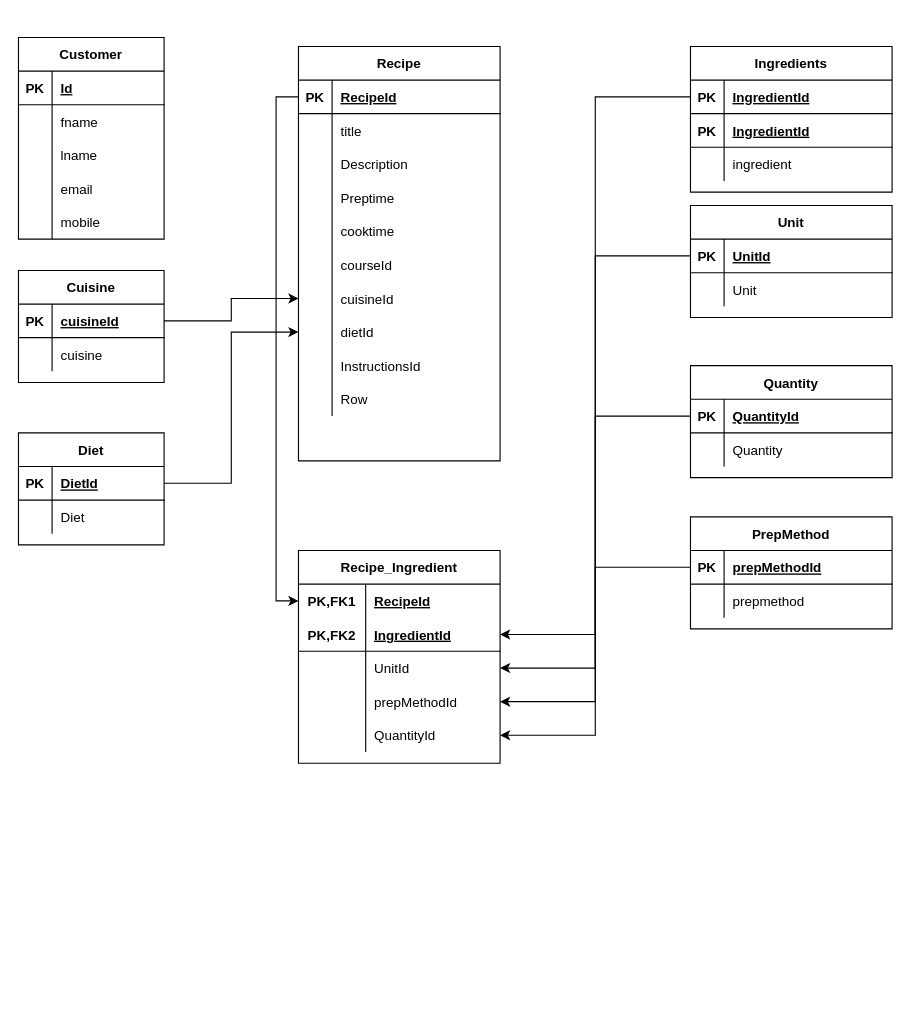
Before: FindRecipe.drawio in kraj404/techtalk, a draw.io diagram. Source tidied: cells renumbered, new cells numbered last; positions are measured from the earlier drawing's top-left corner, leaving out a move shared by most shapes. Both pictures are drawn from the tidied source at 112%, with x=0, y=0 at pixel (18, 37).
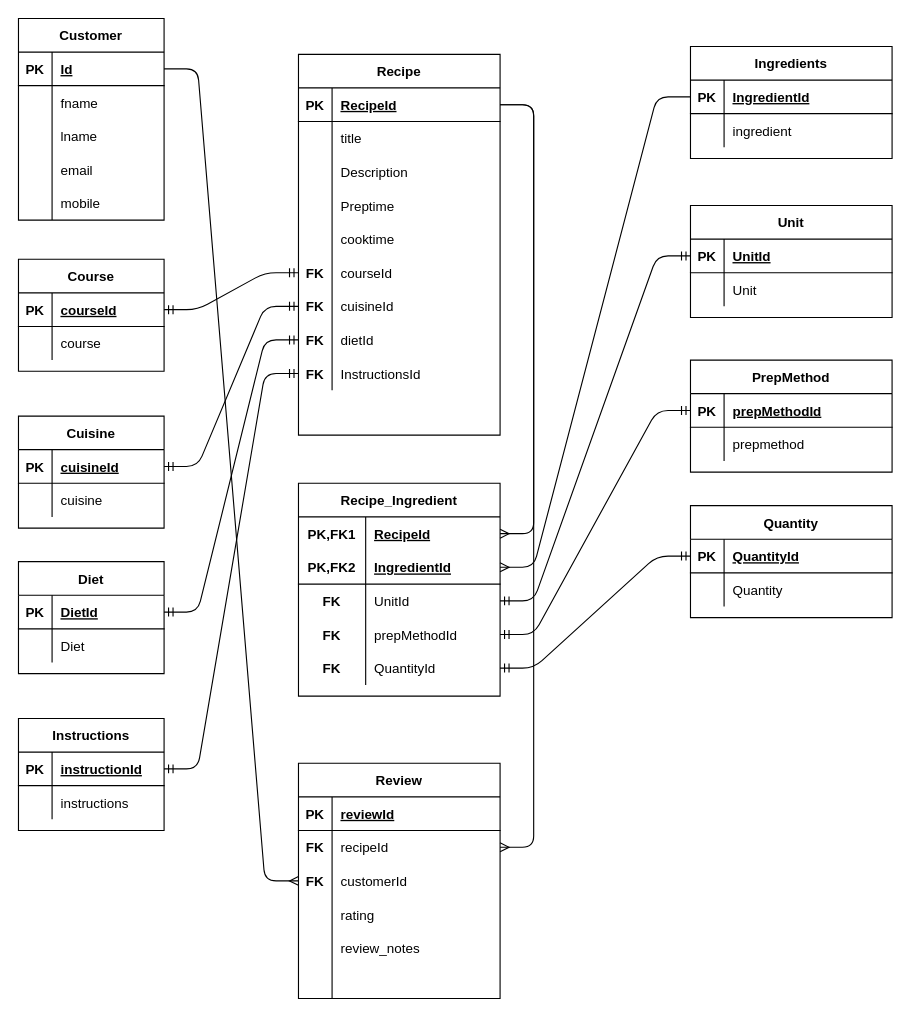
The same diagram, later.

Unchanged cells that the change refers to:
```xml
<mxCell id="3" style="shape=partialRectangle;fillColor=none;top=0;left=0;bottom=1;right=0;points=[[0,0.5],[1,0.5]];portConstraint=eastwest;" parent="2" vertex="1">
  <mxGeometry y="30" width="130" height="30" as="geometry" />
</mxCell>
<mxCell id="19" style="shape=partialRectangle;fillColor=none;top=0;left=0;bottom=1;right=0;points=[[0,0.5],[1,0.5]];portConstraint=eastwest;" parent="18" vertex="1">
  <mxGeometry y="30" width="180" height="30" as="geometry" />
</mxCell>
<mxCell id="29" style="shape=partialRectangle;fillColor=none;top=0;left=0;bottom=1;right=0;points=[[0,0.5],[1,0.5]];portConstraint=eastwest;" parent="28" vertex="1">
  <mxGeometry y="30" width="180" height="30" as="geometry" />
</mxCell>
<mxCell id="44" style="shape=partialRectangle;fillColor=none;top=0;left=0;bottom=0;right=0;points=[[0,0.5],[1,0.5]];portConstraint=eastwest;" parent="28" vertex="1">
  <mxGeometry y="180" width="180" height="30" as="geometry" />
</mxCell>
<mxCell id="47" style="shape=partialRectangle;fillColor=none;top=0;left=0;bottom=0;right=0;points=[[0,0.5],[1,0.5]];portConstraint=eastwest;" parent="28" vertex="1">
  <mxGeometry y="210" width="180" height="30" as="geometry" />
</mxCell>
<mxCell id="50" style="shape=partialRectangle;fillColor=none;top=0;left=0;bottom=0;right=0;points=[[0,0.5],[1,0.5]];portConstraint=eastwest;" parent="28" vertex="1">
  <mxGeometry y="240" width="180" height="30" as="geometry" />
</mxCell>
<mxCell id="53" style="shape=partialRectangle;fillColor=none;top=0;left=0;bottom=0;right=0;points=[[0,0.5],[1,0.5]];portConstraint=eastwest;" parent="28" vertex="1">
  <mxGeometry y="270" width="180" height="30" as="geometry" />
</mxCell>
<mxCell id="60" style="shape=partialRectangle;fillColor=none;top=0;left=0;bottom=1;right=0;points=[[0,0.5],[1,0.5]];portConstraint=eastwest;" parent="59" vertex="1">
  <mxGeometry y="30" width="180" height="30" as="geometry" />
</mxCell>
<mxCell id="67" style="shape=partialRectangle;fillColor=none;top=0;left=0;bottom=1;right=0;points=[[0,0.5],[1,0.5]];portConstraint=eastwest;" parent="66" vertex="1">
  <mxGeometry y="30" width="180" height="30" as="geometry" />
</mxCell>
<mxCell id="74" style="shape=partialRectangle;fillColor=none;top=0;left=0;bottom=0;right=0;points=[[0,0.5],[1,0.5]];portConstraint=eastwest;" parent="73" vertex="1">
  <mxGeometry y="30" width="180" height="30" as="geometry" />
</mxCell>
<mxCell id="77" style="shape=partialRectangle;fillColor=none;top=0;left=0;bottom=1;right=0;points=[[0,0.5],[1,0.5]];portConstraint=eastwest;" parent="73" vertex="1">
  <mxGeometry y="60" width="180" height="30" as="geometry" />
</mxCell>
<mxCell id="80" style="shape=partialRectangle;fillColor=none;top=0;left=0;bottom=0;right=0;points=[[0,0.5],[1,0.5]];portConstraint=eastwest;" parent="73" vertex="1">
  <mxGeometry y="90" width="180" height="30" as="geometry" />
</mxCell>
<mxCell id="83" style="shape=partialRectangle;fillColor=none;top=0;left=0;bottom=0;right=0;points=[[0,0.5],[1,0.5]];portConstraint=eastwest;" parent="73" vertex="1">
  <mxGeometry y="120" width="180" height="30" as="geometry" />
</mxCell>
<mxCell id="86" style="shape=partialRectangle;fillColor=none;top=0;left=0;bottom=0;right=0;points=[[0,0.5],[1,0.5]];portConstraint=eastwest;" parent="73" vertex="1">
  <mxGeometry y="150" width="180" height="30" as="geometry" />
</mxCell>
<mxCell id="94" style="shape=partialRectangle;fillColor=none;top=0;left=0;bottom=1;right=0;points=[[0,0.5],[1,0.5]];portConstraint=eastwest;" parent="93" vertex="1">
  <mxGeometry y="30" width="180" height="30" as="geometry" />
</mxCell>
<mxCell id="102" style="shape=partialRectangle;fillColor=none;top=0;left=0;bottom=1;right=0;points=[[0,0.5],[1,0.5]];portConstraint=eastwest;" parent="101" vertex="1">
  <mxGeometry y="30" width="130" height="30" as="geometry" />
</mxCell>
<mxCell id="105" style="shape=partialRectangle;fillColor=none;top=0;left=0;bottom=0;right=0;" parent="101" vertex="1">
  <mxGeometry y="60" width="130" height="30" as="geometry" />
</mxCell>
<mxCell id="110" style="shape=partialRectangle;fillColor=none;top=0;left=0;bottom=1;right=0;points=[[0,0.5],[1,0.5]];portConstraint=eastwest;" parent="109" vertex="1">
  <mxGeometry y="30" width="130" height="30" as="geometry" />
</mxCell>
```

What changed in the source:
```diff
@@
     <mxCell id="2" value="Customer" style="shape=table;startSize=30;childLayout=tableLayout;rowLines=0;fontStyle=1;align=center;" parent="1" vertex="1">
-      <mxGeometry width="130" height="180" as="geometry" />
+      <mxGeometry y="-17" width="130" height="180" as="geometry" />
     </mxCell>
@@
     <mxCell id="18" value="Ingredients" style="shape=table;startSize=30;childLayout=tableLayout;rowLines=0;fontStyle=1;align=center;" parent="1" vertex="1">
-      <mxGeometry x="600" y="8" width="180" height="130" as="geometry" />
+      <mxGeometry x="600" y="8" width="180" height="100" as="geometry" />
     </mxCell>
@@
-    <mxCell id="22" style="shape=partialRectangle;fillColor=none;top=0;left=0;bottom=1;right=0;" parent="18" vertex="1">
-      <mxGeometry y="60" width="180" height="30" as="geometry" />
-    </mxCell>
-    <mxCell id="23" value="PK" style="shape=partialRectangle;fillColor=none;top=0;left=0;bottom=0;right=0;fontStyle=1;overflow=hidden;" parent="22" vertex="1">
-      <mxGeometry width="30" height="30" as="geometry" />
-    </mxCell>
-    <mxCell id="24" value="IngredientId" style="shape=partialRectangle;fillColor=none;top=0;left=0;bottom=0;right=0;align=left;spacingLeft=6;fontStyle=5;overflow=hidden;" parent="22" vertex="1">
-      <mxGeometry x="30" width="150" height="30" as="geometry" />
-    </mxCell>
     <mxCell id="25" style="shape=partialRectangle;fillColor=none;top=0;left=0;bottom=0;right=0;" parent="18" vertex="1">
-      <mxGeometry y="90" width="180" height="30" as="geometry" />
+      <mxGeometry y="60" width="180" height="30" as="geometry" />
     </mxCell>
@@
     <mxCell id="28" value="Recipe" style="shape=table;startSize=30;childLayout=tableLayout;rowLines=0;fontStyle=1;align=center;" parent="1" vertex="1">
-      <mxGeometry x="250" y="8" width="180" height="370" as="geometry" />
+      <mxGeometry x="250" y="15" width="180" height="340" as="geometry" />
     </mxCell>
@@
-    <mxCell id="45" style="shape=partialRectangle;fillColor=none;top=0;left=0;bottom=0;right=0;overflow=hidden;" parent="44" vertex="1">
+    <mxCell id="45" value="FK" style="shape=partialRectangle;fillColor=none;top=0;left=0;bottom=0;right=0;overflow=hidden;fontStyle=1;" parent="44" vertex="1">
       <mxGeometry width="30" height="30" as="geometry" />
     </mxCell>
@@
-    <mxCell id="48" style="shape=partialRectangle;fillColor=none;top=0;left=0;bottom=0;right=0;overflow=hidden;" parent="47" vertex="1">
+    <mxCell id="48" value="FK" style="shape=partialRectangle;fillColor=none;top=0;left=0;bottom=0;right=0;overflow=hidden;fontStyle=1;" parent="47" vertex="1">
       <mxGeometry width="30" height="30" as="geometry" />
     </mxCell>
@@
-    <mxCell id="51" style="shape=partialRectangle;fillColor=none;top=0;left=0;bottom=0;right=0;overflow=hidden;" parent="50" vertex="1">
+    <mxCell id="51" value="FK" style="shape=partialRectangle;fillColor=none;top=0;left=0;bottom=0;right=0;overflow=hidden;fontStyle=1;" parent="50" vertex="1">
       <mxGeometry width="30" height="30" as="geometry" />
     </mxCell>
@@
-    <mxCell id="54" style="shape=partialRectangle;fillColor=none;top=0;left=0;bottom=0;right=0;overflow=hidden;" parent="53" vertex="1">
+    <mxCell id="54" value="FK" style="shape=partialRectangle;fillColor=none;top=0;left=0;bottom=0;right=0;overflow=hidden;fontStyle=1;" parent="53" vertex="1">
       <mxGeometry width="30" height="30" as="geometry" />
     </mxCell>
@@
-    <mxCell id="56" style="shape=partialRectangle;fillColor=none;top=0;left=0;bottom=0;right=0;" parent="28" vertex="1">
-      <mxGeometry y="300" width="180" height="30" as="geometry" />
-    </mxCell>
-    <mxCell id="57" style="shape=partialRectangle;fillColor=none;top=0;left=0;bottom=0;right=0;overflow=hidden;" parent="56" vertex="1">
-      <mxGeometry width="30" height="30" as="geometry" />
-    </mxCell>
-    <mxCell id="58" value="Row" style="shape=partialRectangle;fillColor=none;top=0;left=0;bottom=0;right=0;align=left;spacingLeft=6;overflow=hidden;" parent="56" vertex="1">
-      <mxGeometry x="30" width="150" height="30" as="geometry" />
-    </mxCell>
@@
     <mxCell id="66" value="Quantity" style="shape=table;startSize=30;childLayout=tableLayout;rowLines=0;fontStyle=1;align=center;" parent="1" vertex="1">
-      <mxGeometry x="600" y="293" width="180" height="100" as="geometry" />
+      <mxGeometry x="600" y="418" width="180" height="100" as="geometry" />
     </mxCell>
@@
     <mxCell id="73" value="Recipe_Ingredient" style="shape=table;startSize=30;childLayout=tableLayout;rowLines=0;fontStyle=1;align=center;" parent="1" vertex="1">
-      <mxGeometry x="250" y="458" width="180" height="190" as="geometry" />
+      <mxGeometry x="250" y="398" width="180" height="190" as="geometry" />
     </mxCell>
@@
-    <mxCell id="81" style="shape=partialRectangle;fillColor=none;top=0;left=0;bottom=0;right=0;overflow=hidden;" parent="80" vertex="1">
+    <mxCell id="81" value="FK" style="shape=partialRectangle;fillColor=none;top=0;left=0;bottom=0;right=0;overflow=hidden;fontStyle=1;" parent="80" vertex="1">
       <mxGeometry width="60" height="30" as="geometry" />
     </mxCell>
@@
-    <mxCell id="84" style="shape=partialRectangle;fillColor=none;top=0;left=0;bottom=0;right=0;overflow=hidden;" parent="83" vertex="1">
+    <mxCell id="84" value="FK" style="shape=partialRectangle;fillColor=none;top=0;left=0;bottom=0;right=0;overflow=hidden;fontStyle=1;" parent="83" vertex="1">
       <mxGeometry width="60" height="30" as="geometry" />
     </mxCell>
@@
-    <mxCell id="87" style="shape=partialRectangle;fillColor=none;top=0;left=0;bottom=0;right=0;overflow=hidden;" parent="86" vertex="1">
+    <mxCell id="87" value="FK" style="shape=partialRectangle;fillColor=none;top=0;left=0;bottom=0;right=0;overflow=hidden;fontStyle=1;" parent="86" vertex="1">
       <mxGeometry width="60" height="30" as="geometry" />
     </mxCell>
@@
-    <mxCell id="89" style="edgeStyle=orthogonalEdgeStyle;rounded=0;jettySize=auto;html=1;" parent="1" edge="1" source="19" target="77">
-      <mxGeometry relative="1" as="geometry" />
-    </mxCell>
-    <mxCell id="90" style="edgeStyle=orthogonalEdgeStyle;rounded=0;jettySize=auto;html=1;" parent="1" edge="1" source="29" target="74">
-      <mxGeometry relative="1" as="geometry">
-        <Array as="points">
-          <mxPoint x="230" y="53" />
-          <mxPoint x="230" y="503" />
-        </Array>
-      </mxGeometry>
-    </mxCell>
-    <mxCell id="91" style="edgeStyle=orthogonalEdgeStyle;rounded=0;jettySize=auto;html=1;entryX=1;entryY=0.5;entryDx=0;entryDy=0;" parent="1" edge="1" source="60" target="80">
-      <mxGeometry relative="1" as="geometry" />
-    </mxCell>
-    <mxCell id="92" style="edgeStyle=orthogonalEdgeStyle;rounded=0;jettySize=auto;html=1;entryX=1;entryY=0.5;entryDx=0;entryDy=0;" parent="1" edge="1" source="67" target="86">
-      <mxGeometry relative="1" as="geometry" />
-    </mxCell>
     <mxCell id="93" value="PrepMethod" style="shape=table;startSize=30;childLayout=tableLayout;rowLines=0;fontStyle=1;align=center;" parent="1" vertex="1">
-      <mxGeometry x="600" y="428" width="180" height="100" as="geometry" />
+      <mxGeometry x="600" y="288" width="180" height="100" as="geometry" />
     </mxCell>
@@
-    <mxCell id="100" style="edgeStyle=orthogonalEdgeStyle;rounded=0;jettySize=auto;html=1;entryX=1;entryY=0.5;entryDx=0;entryDy=0;" parent="1" edge="1" source="94" target="83">
-      <mxGeometry relative="1" as="geometry" />
-    </mxCell>
-    <mxCell id="101" value="Cuisine" style="shape=table;startSize=30;childLayout=tableLayout;rowLines=0;fontStyle=1;align=center;" parent="1" vertex="1">
-      <mxGeometry y="208" width="130" height="100" as="geometry" />
+    <mxCell id="101" value="Course" style="shape=table;startSize=30;childLayout=tableLayout;rowLines=0;fontStyle=1;align=center;" parent="1" vertex="1">
+      <mxGeometry y="198" width="130" height="100" as="geometry" />
     </mxCell>
@@
-    <mxCell id="104" value="cuisineId" style="shape=partialRectangle;fillColor=none;top=0;left=0;bottom=0;right=0;align=left;spacingLeft=6;fontStyle=5;overflow=hidden;" parent="102" vertex="1">
+    <mxCell id="104" value="courseId" style="shape=partialRectangle;fillColor=none;top=0;left=0;bottom=0;right=0;align=left;spacingLeft=6;fontStyle=5;overflow=hidden;" parent="102" vertex="1">
       <mxGeometry x="30" width="100" height="30" as="geometry" />
     </mxCell>
@@
-    <mxCell id="107" value="cuisine" style="shape=partialRectangle;fillColor=none;top=0;left=0;bottom=0;right=0;align=left;spacingLeft=6;overflow=hidden;" parent="105" vertex="1">
+    <mxCell id="107" value="course" style="shape=partialRectangle;fillColor=none;top=0;left=0;bottom=0;right=0;align=left;spacingLeft=6;overflow=hidden;" parent="105" vertex="1">
       <mxGeometry x="30" width="100" height="30" as="geometry" />
     </mxCell>
-    <mxCell id="108" style="edgeStyle=orthogonalEdgeStyle;rounded=0;jettySize=auto;html=1;" parent="1" edge="1" source="102" target="47">
-      <mxGeometry relative="1" as="geometry" />
-    </mxCell>
     <mxCell id="109" value="Diet" style="shape=table;startSize=30;childLayout=tableLayout;rowLines=0;fontStyle=1;align=center;" parent="1" vertex="1">
-      <mxGeometry y="353" width="130" height="100" as="geometry" />
+      <mxGeometry y="468" width="130" height="100" as="geometry" />
     </mxCell>
@@
+    <mxCell id="117" value="Cuisine" style="shape=table;startSize=30;childLayout=tableLayout;rowLines=0;fontStyle=1;align=center;" parent="1" vertex="1">
+      <mxGeometry y="338" width="130" height="100" as="geometry" />
+    </mxCell>
+    <mxCell id="118" style="shape=partialRectangle;fillColor=none;top=0;left=0;bottom=1;right=0;points=[[0,0.5],[1,0.5]];portConstraint=eastwest;" parent="117" vertex="1">
+      <mxGeometry y="30" width="130" height="30" as="geometry" />
+    </mxCell>
+    <mxCell id="119" value="PK" style="shape=partialRectangle;fillColor=none;top=0;left=0;bottom=0;right=0;fontStyle=1;overflow=hidden;" parent="118" vertex="1">
+      <mxGeometry width="30" height="30" as="geometry" />
+    </mxCell>
+    <mxCell id="120" value="cuisineId" style="shape=partialRectangle;fillColor=none;top=0;left=0;bottom=0;right=0;align=left;spacingLeft=6;fontStyle=5;overflow=hidden;" parent="118" vertex="1">
+      <mxGeometry x="30" width="100" height="30" as="geometry" />
+    </mxCell>
+    <mxCell id="121" style="shape=partialRectangle;fillColor=none;top=0;left=0;bottom=0;right=0;" parent="117" vertex="1">
+      <mxGeometry y="60" width="130" height="30" as="geometry" />
+    </mxCell>
+    <mxCell id="122" style="shape=partialRectangle;fillColor=none;top=0;left=0;bottom=0;right=0;overflow=hidden;" parent="121" vertex="1">
+      <mxGeometry width="30" height="30" as="geometry" />
+    </mxCell>
+    <mxCell id="123" value="cuisine" style="shape=partialRectangle;fillColor=none;top=0;left=0;bottom=0;right=0;align=left;spacingLeft=6;overflow=hidden;" parent="121" vertex="1">
+      <mxGeometry x="30" width="100" height="30" as="geometry" />
+    </mxCell>
+    <mxCell id="124" value="Instructions" style="shape=table;startSize=30;childLayout=tableLayout;rowLines=0;fontStyle=1;align=center;" parent="1" vertex="1">
+      <mxGeometry y="608" width="130" height="100" as="geometry" />
+    </mxCell>
+    <mxCell id="125" style="shape=partialRectangle;fillColor=none;top=0;left=0;bottom=1;right=0;points=[[0,0.5],[1,0.5]];portConstraint=eastwest;" parent="124" vertex="1">
+      <mxGeometry y="30" width="130" height="30" as="geometry" />
+    </mxCell>
+    <mxCell id="126" value="PK" style="shape=partialRectangle;fillColor=none;top=0;left=0;bottom=0;right=0;fontStyle=1;overflow=hidden;" parent="125" vertex="1">
+      <mxGeometry width="30" height="30" as="geometry" />
+    </mxCell>
+    <mxCell id="127" value="instructionId" style="shape=partialRectangle;fillColor=none;top=0;left=0;bottom=0;right=0;align=left;spacingLeft=6;fontStyle=5;overflow=hidden;" parent="125" vertex="1">
+      <mxGeometry x="30" width="100" height="30" as="geometry" />
+    </mxCell>
+    <mxCell id="128" style="shape=partialRectangle;fillColor=none;top=0;left=0;bottom=0;right=0;" parent="124" vertex="1">
+      <mxGeometry y="60" width="130" height="30" as="geometry" />
+    </mxCell>
+    <mxCell id="129" style="shape=partialRectangle;fillColor=none;top=0;left=0;bottom=0;right=0;overflow=hidden;" parent="128" vertex="1">
+      <mxGeometry width="30" height="30" as="geometry" />
+    </mxCell>
+    <mxCell id="130" value="instructions" style="shape=partialRectangle;fillColor=none;top=0;left=0;bottom=0;right=0;align=left;spacingLeft=6;overflow=hidden;" parent="128" vertex="1">
+      <mxGeometry x="30" width="100" height="30" as="geometry" />
+    </mxCell>
-    <mxCell id="116" style="edgeStyle=orthogonalEdgeStyle;rounded=0;jettySize=auto;html=1;" parent="1" edge="1" source="110" target="50">
+    <mxCell id="116" style="edgeStyle=entityRelationEdgeStyle;fontSize=12;html=1;endArrow=ERmandOne;startArrow=ERmandOne;" parent="1" edge="1" source="110" target="50">
       <mxGeometry relative="1" as="geometry" />
     </mxCell>
+    <mxCell id="131" style="edgeStyle=entityRelationEdgeStyle;fontSize=12;html=1;endArrow=ERmandOne;startArrow=ERmandOne;exitX=1;exitY=0.5;exitDx=0;exitDy=0;" parent="1" edge="1" source="102" target="44">
+      <mxGeometry relative="1" as="geometry" />
+    </mxCell>
+    <mxCell id="132" style="edgeStyle=entityRelationEdgeStyle;fontSize=12;html=1;endArrow=ERmandOne;startArrow=ERmandOne;" parent="1" edge="1" source="118" target="47">
+      <mxGeometry relative="1" as="geometry" />
+    </mxCell>
+    <mxCell id="133" style="edgeStyle=entityRelationEdgeStyle;fontSize=12;html=1;endArrow=ERmandOne;startArrow=ERmandOne;" parent="1" edge="1" source="125" target="53">
+      <mxGeometry relative="1" as="geometry" />
+    </mxCell>
+    <mxCell id="90" style="edgeStyle=entityRelationEdgeStyle;fontSize=12;html=1;endArrow=ERmany;" parent="1" edge="1" source="29" target="74">
+      <mxGeometry relative="1" as="geometry" />
+    </mxCell>
+    <mxCell id="89" style="edgeStyle=entityRelationEdgeStyle;fontSize=12;html=1;endArrow=ERmany;exitX=0;exitY=0.5;exitDx=0;exitDy=0;" parent="1" edge="1" source="19" target="77">
+      <mxGeometry relative="1" as="geometry" />
+    </mxCell>
+    <mxCell id="134" style="edgeStyle=entityRelationEdgeStyle;fontSize=12;html=1;endArrow=ERmandOne;startArrow=ERmandOne;" parent="1" edge="1" source="80" target="60">
+      <mxGeometry relative="1" as="geometry" />
+    </mxCell>
+    <mxCell id="135" style="edgeStyle=entityRelationEdgeStyle;fontSize=12;html=1;endArrow=ERmandOne;startArrow=ERmandOne;" parent="1" edge="1" source="86" target="67">
+      <mxGeometry relative="1" as="geometry" />
+    </mxCell>
+    <mxCell id="136" style="edgeStyle=entityRelationEdgeStyle;fontSize=12;html=1;endArrow=ERmandOne;startArrow=ERmandOne;entryX=0;entryY=0.5;entryDx=0;entryDy=0;" parent="1" edge="1" source="83" target="94">
+      <mxGeometry relative="1" as="geometry" />
+    </mxCell>
+    <mxCell id="137" value="Review" style="shape=table;startSize=30;childLayout=tableLayout;rowLines=0;fontStyle=1;align=center;" parent="1" vertex="1">
+      <mxGeometry x="250" y="648" width="180" height="210" as="geometry" />
+    </mxCell>
+    <mxCell id="138" style="shape=partialRectangle;fillColor=none;top=0;left=0;bottom=1;right=0;" parent="137" vertex="1">
+      <mxGeometry y="30" width="180" height="30" as="geometry" />
+    </mxCell>
+    <mxCell id="139" value="PK" style="shape=partialRectangle;fillColor=none;top=0;left=0;bottom=0;right=0;fontStyle=1;overflow=hidden;" parent="138" vertex="1">
+      <mxGeometry width="30" height="30" as="geometry" />
+    </mxCell>
+    <mxCell id="140" value="reviewId" style="shape=partialRectangle;fillColor=none;top=0;left=0;bottom=0;right=0;align=left;spacingLeft=6;fontStyle=5;overflow=hidden;" parent="138" vertex="1">
+      <mxGeometry x="30" width="150" height="30" as="geometry" />
+    </mxCell>
+    <mxCell id="141" style="shape=partialRectangle;fillColor=none;top=0;left=0;bottom=0;right=0;points=[[0,0.5],[1,0.5]];portConstraint=eastwest;" parent="137" vertex="1">
+      <mxGeometry y="60" width="180" height="30" as="geometry" />
+    </mxCell>
+    <mxCell id="142" value="FK" style="shape=partialRectangle;fillColor=none;top=0;left=0;bottom=0;right=0;fontStyle=1;overflow=hidden;" parent="141" vertex="1">
+      <mxGeometry width="30" height="30" as="geometry" />
+    </mxCell>
+    <mxCell id="143" value="recipeId" style="shape=partialRectangle;fillColor=none;top=0;left=0;bottom=0;right=0;align=left;spacingLeft=6;fontStyle=0;overflow=hidden;" parent="141" vertex="1">
+      <mxGeometry x="30" width="150" height="30" as="geometry" />
+    </mxCell>
+    <mxCell id="144" style="shape=partialRectangle;fillColor=none;top=0;left=0;bottom=0;right=0;points=[[0,0.5],[1,0.5]];portConstraint=eastwest;" parent="137" vertex="1">
+      <mxGeometry y="90" width="180" height="30" as="geometry" />
+    </mxCell>
+    <mxCell id="145" value="FK" style="shape=partialRectangle;fillColor=none;top=0;left=0;bottom=0;right=0;overflow=hidden;fontStyle=1;" parent="144" vertex="1">
+      <mxGeometry width="30" height="30" as="geometry" />
+    </mxCell>
+    <mxCell id="146" value="customerId" style="shape=partialRectangle;fillColor=none;top=0;left=0;bottom=0;right=0;align=left;spacingLeft=6;overflow=hidden;" parent="144" vertex="1">
+      <mxGeometry x="30" width="150" height="30" as="geometry" />
+    </mxCell>
+    <mxCell id="147" style="shape=partialRectangle;fillColor=none;top=0;left=0;bottom=0;right=0;" parent="137" vertex="1">
+      <mxGeometry y="120" width="180" height="30" as="geometry" />
+    </mxCell>
+    <mxCell id="148" style="shape=partialRectangle;fillColor=none;top=0;left=0;bottom=0;right=0;overflow=hidden;" parent="147" vertex="1">
+      <mxGeometry width="30" height="30" as="geometry" />
+    </mxCell>
+    <mxCell id="149" value="rating" style="shape=partialRectangle;fillColor=none;top=0;left=0;bottom=0;right=0;align=left;spacingLeft=6;overflow=hidden;" parent="147" vertex="1">
+      <mxGeometry x="30" width="150" height="30" as="geometry" />
+    </mxCell>
+    <mxCell id="150" style="shape=partialRectangle;fillColor=none;top=0;left=0;bottom=0;right=0;" parent="137" vertex="1">
+      <mxGeometry y="150" width="180" height="30" as="geometry" />
+    </mxCell>
+    <mxCell id="151" style="shape=partialRectangle;fillColor=none;top=0;left=0;bottom=0;right=0;overflow=hidden;" parent="150" vertex="1">
+      <mxGeometry width="30" height="30" as="geometry" />
+    </mxCell>
+    <mxCell id="152" value="review_notes" style="shape=partialRectangle;fillColor=none;top=0;left=0;bottom=0;right=0;align=left;spacingLeft=6;overflow=hidden;" parent="150" vertex="1">
+      <mxGeometry x="30" width="150" height="30" as="geometry" />
+    </mxCell>
+    <mxCell id="153" style="shape=partialRectangle;fillColor=none;top=0;left=0;bottom=0;right=0;" parent="137" vertex="1">
+      <mxGeometry y="180" width="180" height="30" as="geometry" />
+    </mxCell>
+    <mxCell id="154" style="shape=partialRectangle;fillColor=none;top=0;left=0;bottom=0;right=0;overflow=hidden;" parent="153" vertex="1">
+      <mxGeometry width="30" height="30" as="geometry" />
+    </mxCell>
+    <mxCell id="155" style="shape=partialRectangle;fillColor=none;top=0;left=0;bottom=0;right=0;align=left;spacingLeft=6;overflow=hidden;" parent="153" vertex="1">
+      <mxGeometry x="30" width="150" height="30" as="geometry" />
+    </mxCell>
+    <mxCell id="156" style="edgeStyle=entityRelationEdgeStyle;fontSize=12;html=1;endArrow=ERmany;" parent="1" edge="1" source="29" target="141">
+      <mxGeometry relative="1" as="geometry" />
+    </mxCell>
+    <mxCell id="157" style="edgeStyle=entityRelationEdgeStyle;fontSize=12;html=1;endArrow=ERmany;exitX=1;exitY=0.5;exitDx=0;exitDy=0;" parent="1" edge="1" source="3" target="144">
+      <mxGeometry relative="1" as="geometry" />
+    </mxCell>
```
